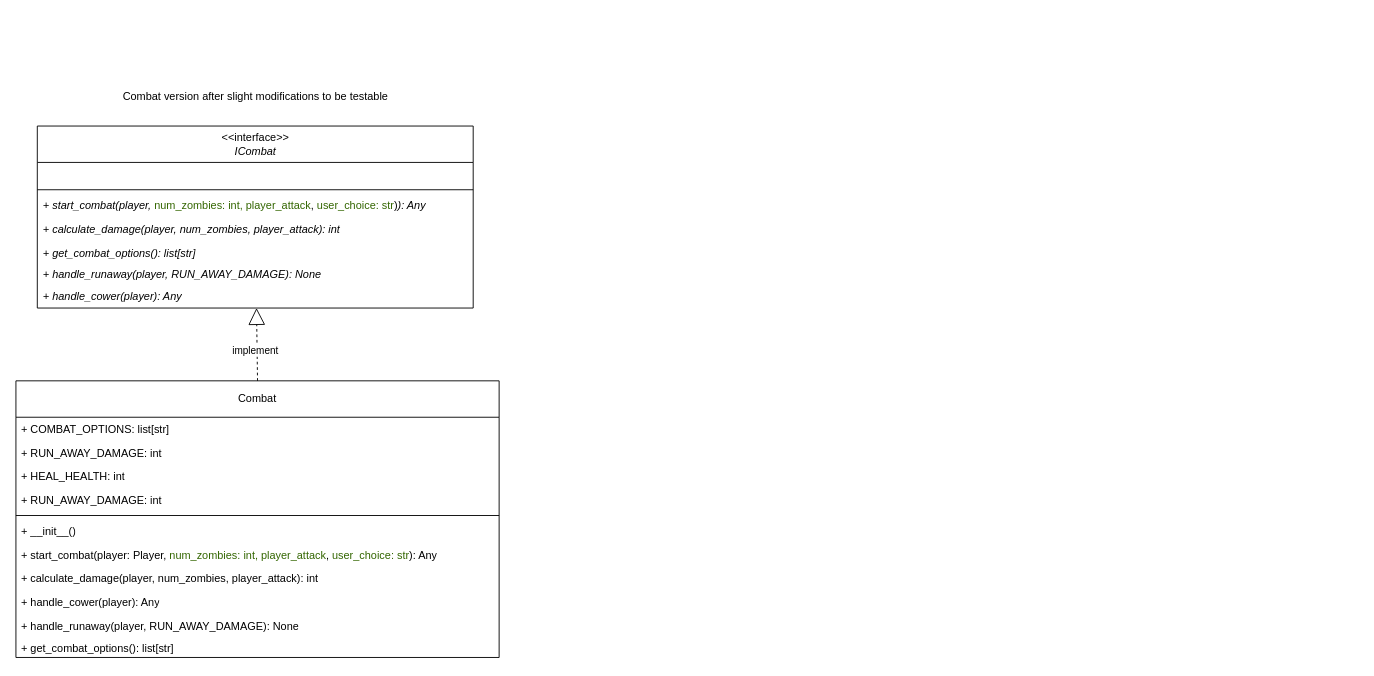
Above: page "combat_after" (1 of 2) of src/model_after_pattern/after_pattern.drawio in arsenie-sarmiento/ZombieInMyPocket (draw.io), before the change. Source tidied: cells renumbered, new cells numbered last; positions are measured from the earlier drawing's top-left corner, leaving out a move shared by most shapes. Both pictures are drawn from the tidied source at 91%, with x=0, y=0 at pixel (15, 85).
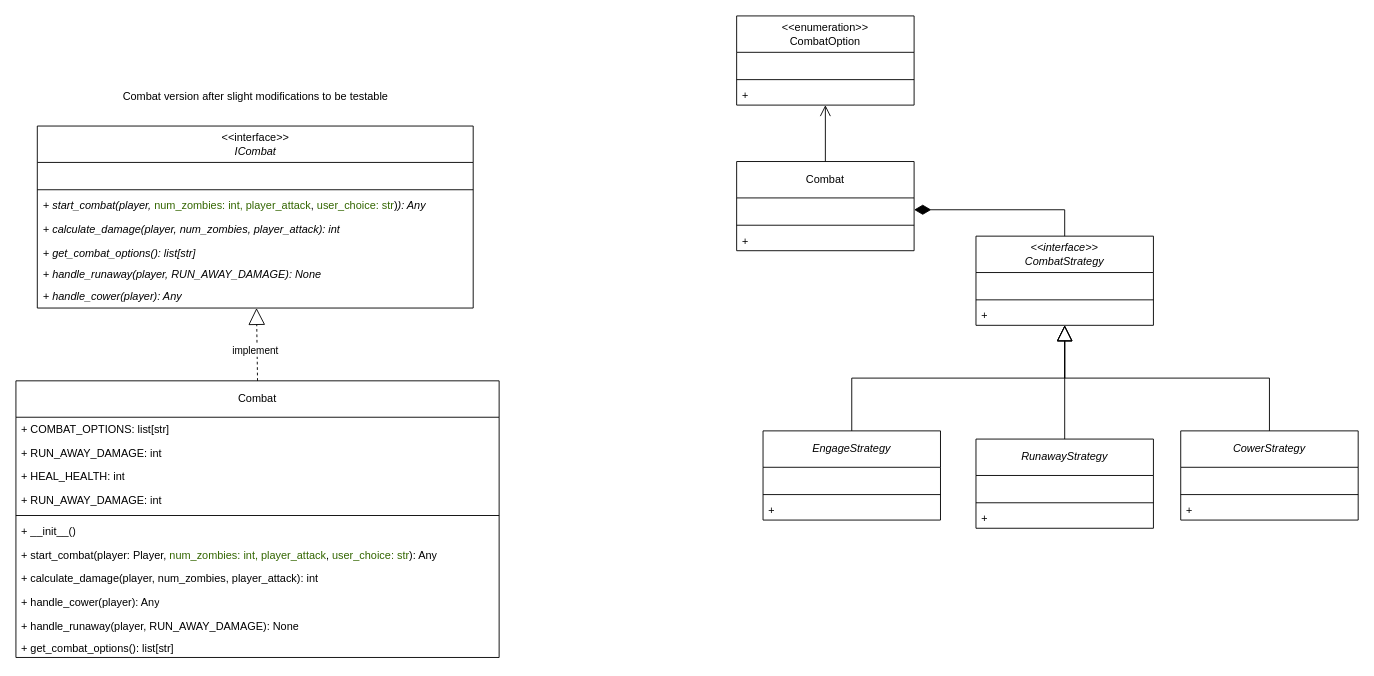
The same diagram, later.

The edit, as a diff of the source:
```diff
@@
+    <mxCell id="25" style="edgeStyle=none;html=1;endArrow=open;endFill=0;endSize=10;" parent="1" edge="1" source="26" target="50">
+      <mxGeometry relative="1" as="geometry" />
+    </mxCell>
+    <mxCell id="26" value="Combat" style="swimlane;fontStyle=0;horizontal=1;startSize=40;fillColor=none;whiteSpace=wrap;html=1;" parent="1" vertex="1">
+      <mxGeometry x="792" y="84" width="195" height="98" as="geometry" />
+    </mxCell>
+    <mxCell id="27" value="&amp;nbsp;" style="text;strokeColor=none;fillColor=none;align=left;verticalAlign=top;spacingLeft=4;spacingRight=4;overflow=hidden;points=[[0,0.5],[1,0.5]];portConstraint=eastwest;whiteSpace=wrap;html=1;" parent="26" vertex="1">
+      <mxGeometry y="40" width="195" height="26" as="geometry" />
+    </mxCell>
+    <mxCell id="28" style="line;strokeWidth=1;fillColor=none;align=left;verticalAlign=middle;spacingTop=-1;spacingLeft=3;spacingRight=3;labelPosition=right;strokeColor=inherit;" parent="26" vertex="1">
+      <mxGeometry y="66" width="195" height="8" as="geometry" />
+    </mxCell>
+    <mxCell id="29" value="+&amp;nbsp;" style="text;strokeColor=none;fillColor=none;align=left;verticalAlign=top;spacingLeft=4;spacingRight=4;overflow=hidden;whiteSpace=wrap;html=1;fontStyle=2;" parent="26" vertex="1">
+      <mxGeometry y="74" width="195" height="24" as="geometry" />
+    </mxCell>
+    <mxCell id="30" style="edgeStyle=orthogonalEdgeStyle;html=1;entryX=1;entryY=0.5;entryDx=0;entryDy=0;endArrow=diamondThin;endFill=1;endSize=16;rounded=0;curved=0;" parent="1" edge="1" source="31" target="27">
+      <mxGeometry relative="1" as="geometry" />
+    </mxCell>
+    <mxCell id="31" value="&lt;i&gt;&amp;lt;&amp;lt;interface&amp;gt;&amp;gt;&lt;/i&gt;&lt;div&gt;&lt;i&gt;CombatStrategy&lt;/i&gt;&lt;/div&gt;" style="swimlane;fontStyle=0;horizontal=1;startSize=40;fillColor=none;whiteSpace=wrap;html=1;" parent="1" vertex="1">
+      <mxGeometry x="1055" y="166" width="195" height="98" as="geometry" />
+    </mxCell>
+    <mxCell id="32" value="&amp;nbsp;" style="text;strokeColor=none;fillColor=none;align=left;verticalAlign=top;spacingLeft=4;spacingRight=4;overflow=hidden;whiteSpace=wrap;html=1;" parent="31" vertex="1">
+      <mxGeometry y="40" width="195" height="26" as="geometry" />
+    </mxCell>
+    <mxCell id="33" style="line;strokeWidth=1;fillColor=none;align=left;verticalAlign=middle;spacingTop=-1;spacingLeft=3;spacingRight=3;labelPosition=right;strokeColor=inherit;" parent="31" vertex="1">
+      <mxGeometry y="66" width="195" height="8" as="geometry" />
+    </mxCell>
+    <mxCell id="34" value="+&amp;nbsp;" style="text;strokeColor=none;fillColor=none;align=left;verticalAlign=top;spacingLeft=4;spacingRight=4;overflow=hidden;whiteSpace=wrap;html=1;fontStyle=2;" parent="31" vertex="1">
+      <mxGeometry y="74" width="195" height="24" as="geometry" />
+    </mxCell>
+    <mxCell id="35" style="edgeStyle=orthogonalEdgeStyle;html=1;exitX=0.5;exitY=0;exitDx=0;exitDy=0;rounded=0;curved=0;endArrow=block;endFill=0;endSize=15;" parent="1" edge="1" source="36" target="31">
+      <mxGeometry relative="1" as="geometry" />
+    </mxCell>
+    <mxCell id="36" value="&lt;i&gt;EngageStrategy&lt;/i&gt;" style="swimlane;fontStyle=0;horizontal=1;startSize=40;fillColor=none;whiteSpace=wrap;html=1;" parent="1" vertex="1">
+      <mxGeometry x="821" y="380" width="195" height="98" as="geometry" />
+    </mxCell>
+    <mxCell id="37" value="&amp;nbsp;" style="text;strokeColor=none;fillColor=none;align=left;verticalAlign=top;spacingLeft=4;spacingRight=4;overflow=hidden;whiteSpace=wrap;html=1;" parent="36" vertex="1">
+      <mxGeometry y="40" width="195" height="26" as="geometry" />
+    </mxCell>
+    <mxCell id="38" style="line;strokeWidth=1;fillColor=none;align=left;verticalAlign=middle;spacingTop=-1;spacingLeft=3;spacingRight=3;labelPosition=right;strokeColor=inherit;" parent="36" vertex="1">
+      <mxGeometry y="66" width="195" height="8" as="geometry" />
+    </mxCell>
+    <mxCell id="39" value="+&amp;nbsp;" style="text;strokeColor=none;fillColor=none;align=left;verticalAlign=top;spacingLeft=4;spacingRight=4;overflow=hidden;whiteSpace=wrap;html=1;fontStyle=2;" parent="36" vertex="1">
+      <mxGeometry y="74" width="195" height="24" as="geometry" />
+    </mxCell>
+    <mxCell id="40" value="&lt;i&gt;RunawayStrategy&lt;/i&gt;" style="swimlane;fontStyle=0;horizontal=1;startSize=40;fillColor=none;whiteSpace=wrap;html=1;" parent="1" vertex="1">
+      <mxGeometry x="1055" y="389" width="195" height="98" as="geometry" />
+    </mxCell>
+    <mxCell id="41" value="&amp;nbsp;" style="text;strokeColor=none;fillColor=none;align=left;verticalAlign=top;spacingLeft=4;spacingRight=4;overflow=hidden;whiteSpace=wrap;html=1;" parent="40" vertex="1">
+      <mxGeometry y="40" width="195" height="26" as="geometry" />
+    </mxCell>
+    <mxCell id="42" style="line;strokeWidth=1;fillColor=none;align=left;verticalAlign=middle;spacingTop=-1;spacingLeft=3;spacingRight=3;labelPosition=right;strokeColor=inherit;" parent="40" vertex="1">
+      <mxGeometry y="66" width="195" height="8" as="geometry" />
+    </mxCell>
+    <mxCell id="43" value="+&amp;nbsp;" style="text;strokeColor=none;fillColor=none;align=left;verticalAlign=top;spacingLeft=4;spacingRight=4;overflow=hidden;whiteSpace=wrap;html=1;fontStyle=2;" parent="40" vertex="1">
+      <mxGeometry y="74" width="195" height="24" as="geometry" />
+    </mxCell>
+    <mxCell id="44" value="&lt;i&gt;CowerStrategy&lt;/i&gt;" style="swimlane;fontStyle=0;horizontal=1;startSize=40;fillColor=none;whiteSpace=wrap;html=1;" parent="1" vertex="1">
+      <mxGeometry x="1280" y="380" width="195" height="98" as="geometry" />
+    </mxCell>
+    <mxCell id="45" value="&amp;nbsp;" style="text;strokeColor=none;fillColor=none;align=left;verticalAlign=top;spacingLeft=4;spacingRight=4;overflow=hidden;whiteSpace=wrap;html=1;" parent="44" vertex="1">
+      <mxGeometry y="40" width="195" height="26" as="geometry" />
+    </mxCell>
+    <mxCell id="46" style="line;strokeWidth=1;fillColor=none;align=left;verticalAlign=middle;spacingTop=-1;spacingLeft=3;spacingRight=3;labelPosition=right;strokeColor=inherit;" parent="44" vertex="1">
+      <mxGeometry y="66" width="195" height="8" as="geometry" />
+    </mxCell>
+    <mxCell id="47" value="+&amp;nbsp;" style="text;strokeColor=none;fillColor=none;align=left;verticalAlign=top;spacingLeft=4;spacingRight=4;overflow=hidden;whiteSpace=wrap;html=1;fontStyle=2;" parent="44" vertex="1">
+      <mxGeometry y="74" width="195" height="24" as="geometry" />
+    </mxCell>
+    <mxCell id="48" style="edgeStyle=orthogonalEdgeStyle;html=1;exitX=0.5;exitY=0;exitDx=0;exitDy=0;rounded=0;curved=0;endArrow=block;endFill=0;endSize=15;" parent="1" edge="1" source="44" target="31">
+      <mxGeometry relative="1" as="geometry" />
+    </mxCell>
+    <mxCell id="49" style="edgeStyle=orthogonalEdgeStyle;html=1;rounded=0;curved=0;endArrow=block;endFill=0;endSize=15;" parent="1" edge="1" source="40" target="31">
+      <mxGeometry relative="1" as="geometry" />
+    </mxCell>
+    <mxCell id="50" value="&amp;lt;&amp;lt;enumeration&amp;gt;&amp;gt;&lt;div&gt;CombatOption&lt;/div&gt;" style="swimlane;fontStyle=0;horizontal=1;startSize=40;fillColor=none;whiteSpace=wrap;html=1;" parent="1" vertex="1">
+      <mxGeometry x="792" y="-76" width="195" height="98" as="geometry" />
+    </mxCell>
+    <mxCell id="51" value="&amp;nbsp;" style="text;strokeColor=none;fillColor=none;align=left;verticalAlign=top;spacingLeft=4;spacingRight=4;overflow=hidden;whiteSpace=wrap;html=1;" parent="50" vertex="1">
+      <mxGeometry y="40" width="195" height="26" as="geometry" />
+    </mxCell>
+    <mxCell id="52" style="line;strokeWidth=1;fillColor=none;align=left;verticalAlign=middle;spacingTop=-1;spacingLeft=3;spacingRight=3;labelPosition=right;strokeColor=inherit;" parent="50" vertex="1">
+      <mxGeometry y="66" width="195" height="8" as="geometry" />
+    </mxCell>
+    <mxCell id="53" value="+&amp;nbsp;" style="text;strokeColor=none;fillColor=none;align=left;verticalAlign=top;spacingLeft=4;spacingRight=4;overflow=hidden;whiteSpace=wrap;html=1;fontStyle=2;" parent="50" vertex="1">
+      <mxGeometry y="74" width="195" height="24" as="geometry" />
+    </mxCell>
```
